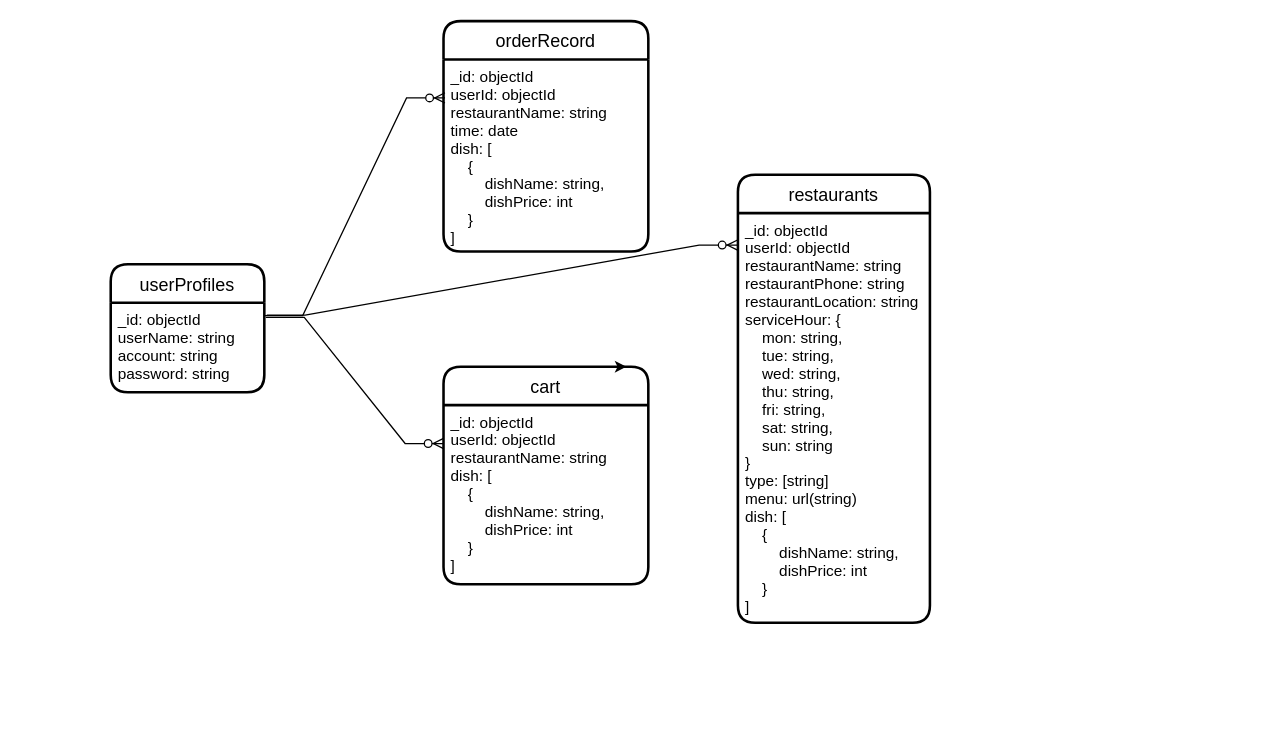
This is WuberEat.drawio from wuret-ncu/wuBerEat_redTeam_backend, a draw.io file, before an edit. Source tidied: cells renumbered, new cells numbered last; positions are measured from the earlier drawing's top-left corner, leaving out a move shared by most shapes. Both pictures are drawn from the tidied source at 128%, with x=0, y=0 at pixel (110, 20).
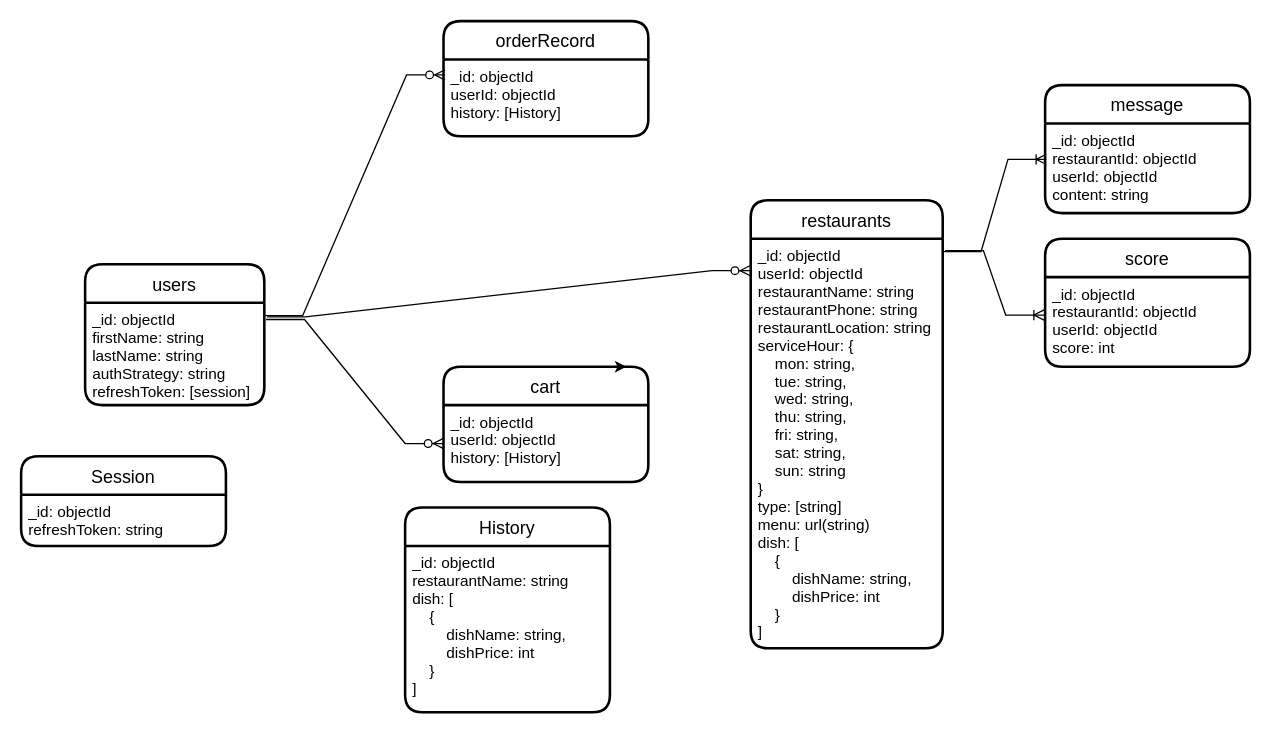
After the change.

Commit message (it also covers changes not shown here):
add get score and get message

The change refers to these unchanged cells:
```xml
<mxCell id="5" value="_id: objectId&#10;userId: objectId&#10;restaurantName: string&#10;restaurantPhone: string&#10;restaurantLocation: string&#10;serviceHour: {&#10;    mon: string,&#10;    tue: string,&#10;    wed: string,&#10;    thu: string,&#10;    fri: string,&#10;    sat: string,&#10;    sun: string&#10;}&#10;type: [string]&#10;menu: url(string)&#10;dish: [&#10;    {&#10;        dishName: string,&#10;        dishPrice: int&#10;    }&#10;]" style="align=left;strokeColor=none;fillColor=none;spacingLeft=4;fontSize=12;verticalAlign=top;" parent="4" vertex="1">
  <mxGeometry y="30" width="150" height="320" as="geometry" />
</mxCell>
```

The edit, as a diff of the source:
```diff
@@
-    <mxCell id="2" value="userProfiles" style="swimlane;horizontal=1;startSize=30;rounded=1;fontSize=14;fontStyle=0;strokeWidth=2;shadow=0;dashed=0;align=center;" parent="1" vertex="1">
-      <mxGeometry y="190" width="120" height="100" as="geometry" />
+    <mxCell id="2" value="users" style="swimlane;horizontal=1;startSize=30;rounded=1;fontSize=14;fontStyle=0;strokeWidth=2;shadow=0;dashed=0;align=center;" parent="1" vertex="1">
+      <mxGeometry x="-20" y="190" width="140" height="110" as="geometry" />
     </mxCell>
-    <mxCell id="3" value="_id: objectId&#10;userName: string&#10;account: string&#10;password: string&#10;" style="align=left;strokeColor=none;fillColor=none;spacingLeft=4;fontSize=12;verticalAlign=top;" parent="2" vertex="1">
-      <mxGeometry y="30" width="120" height="70" as="geometry" />
+    <mxCell id="3" value="_id: objectId&#10;firstName: string&#10;lastName: string&#10;authStrategy: string&#10;refreshToken: [session]&#10;" style="align=left;strokeColor=none;fillColor=none;spacingLeft=4;fontSize=12;verticalAlign=top;" parent="2" vertex="1">
+      <mxGeometry y="30" width="140" height="80" as="geometry" />
     </mxCell>
     <mxCell id="4" value="restaurants" style="swimlane;horizontal=1;startSize=30;rounded=1;fontSize=14;fontStyle=0;strokeWidth=2;shadow=0;dashed=0;align=center;" parent="1" vertex="1">
-      <mxGeometry x="490" y="120" width="150" height="350" as="geometry" />
+      <mxGeometry x="500" y="140" width="150" height="350" as="geometry" />
     </mxCell>
@@
     <mxCell id="7" value="cart" style="swimlane;horizontal=1;startSize=30;rounded=1;fontSize=14;fontStyle=0;strokeWidth=2;shadow=0;dashed=0;align=center;" parent="1" vertex="1">
-      <mxGeometry x="260" y="270" width="160" height="170" as="geometry" />
+      <mxGeometry x="260" y="270" width="160" height="90" as="geometry" />
     </mxCell>
@@
-    <mxCell id="9" value="_id: objectId&#10;userId: objectId&#10;restaurantName: string&#10;dish: [&#10;    {&#10;        dishName: string,&#10;        dishPrice: int&#10;    }&#10;]" style="align=left;strokeColor=none;fillColor=none;spacingLeft=4;fontSize=12;verticalAlign=top;" parent="7" vertex="1">
-      <mxGeometry y="30" width="160" height="140" as="geometry" />
+    <mxCell id="9" value="_id: objectId&#10;userId: objectId&#10;history: [History]" style="align=left;strokeColor=none;fillColor=none;spacingLeft=4;fontSize=12;verticalAlign=top;" parent="7" vertex="1">
+      <mxGeometry y="30" width="160" height="60" as="geometry" />
     </mxCell>
@@
     <mxCell id="11" value="orderRecord" style="swimlane;horizontal=1;startSize=30;rounded=1;fontSize=14;fontStyle=0;strokeWidth=2;shadow=0;dashed=0;align=center;" parent="1" vertex="1">
-      <mxGeometry x="260" width="160" height="180" as="geometry" />
+      <mxGeometry x="260" width="160" height="90" as="geometry" />
     </mxCell>
-    <mxCell id="12" value="_id: objectId&#10;userId: objectId&#10;restaurantName: string&#10;time: date&#10;dish: [&#10;    {&#10;        dishName: string,&#10;        dishPrice: int&#10;    }&#10;]&#10;" style="align=left;strokeColor=none;fillColor=none;spacingLeft=4;fontSize=12;verticalAlign=top;" parent="11" vertex="1">
-      <mxGeometry y="30" width="160" height="150" as="geometry" />
+    <mxCell id="12" value="_id: objectId&#10;userId: objectId&#10;history: [History]&#10;&#10;" style="align=left;strokeColor=none;fillColor=none;spacingLeft=4;fontSize=12;verticalAlign=top;" parent="11" vertex="1">
+      <mxGeometry y="30" width="160" height="60" as="geometry" />
     </mxCell>
@@
+    <mxCell id="14" value="Session" style="swimlane;horizontal=1;startSize=30;rounded=1;fontSize=14;fontStyle=0;strokeWidth=2;shadow=0;dashed=0;align=center;" parent="1" vertex="1">
+      <mxGeometry x="-70" y="340" width="160" height="70" as="geometry" />
+    </mxCell>
+    <mxCell id="15" value="_id: objectId&#10;refreshToken: string" style="align=left;strokeColor=none;fillColor=none;spacingLeft=4;fontSize=12;verticalAlign=top;" parent="14" vertex="1">
+      <mxGeometry y="30" width="160" height="40" as="geometry" />
+    </mxCell>
+    <mxCell id="16" value="score" style="swimlane;horizontal=1;startSize=30;rounded=1;fontSize=14;fontStyle=0;strokeWidth=2;shadow=0;dashed=0;align=center;" parent="1" vertex="1">
+      <mxGeometry x="730" y="170" width="160" height="100" as="geometry" />
+    </mxCell>
+    <mxCell id="17" value="_id: objectId&#10;restaurantId: objectId&#10;userId: objectId&#10;score: int" style="align=left;strokeColor=none;fillColor=none;spacingLeft=4;fontSize=12;verticalAlign=top;" parent="16" vertex="1">
+      <mxGeometry y="30" width="160" height="70" as="geometry" />
+    </mxCell>
+    <mxCell id="18" style="edgeStyle=entityRelationEdgeStyle;fontSize=12;html=1;endArrow=ERoneToMany;rounded=0;entryX=0.006;entryY=0.4;entryDx=0;entryDy=0;entryPerimeter=0;" parent="16" edge="1" target="23">
+      <mxGeometry relative="1" as="geometry">
+        <mxPoint x="-80" y="10" as="sourcePoint" />
+      </mxGeometry>
+    </mxCell>
+    <mxCell id="19" style="edgeStyle=entityRelationEdgeStyle;fontSize=12;html=1;endArrow=ERoneToMany;rounded=0;exitX=1.012;exitY=0.029;exitDx=0;exitDy=0;exitPerimeter=0;entryX=-0.005;entryY=0.423;entryDx=0;entryDy=0;entryPerimeter=0;" parent="1" edge="1" source="5" target="17">
+      <mxGeometry relative="1" as="geometry" />
+    </mxCell>
+    <mxCell id="20" value="History" style="swimlane;horizontal=1;startSize=30;rounded=1;fontSize=14;fontStyle=0;strokeWidth=2;shadow=0;dashed=0;align=center;" parent="1" vertex="1">
+      <mxGeometry x="230" y="380" width="160" height="160" as="geometry" />
+    </mxCell>
+    <mxCell id="21" value="_id: objectId&#10;restaurantName: string&#10;dish: [&#10;    {&#10;        dishName: string,&#10;        dishPrice: int&#10;    }&#10;]" style="align=left;strokeColor=none;fillColor=none;spacingLeft=4;fontSize=12;verticalAlign=top;" parent="20" vertex="1">
+      <mxGeometry y="30" width="160" height="130" as="geometry" />
+    </mxCell>
+    <mxCell id="22" value="message" style="swimlane;horizontal=1;startSize=30;rounded=1;fontSize=14;fontStyle=0;strokeWidth=2;shadow=0;dashed=0;align=center;" parent="1" vertex="1">
+      <mxGeometry x="730" y="50" width="160" height="100" as="geometry" />
+    </mxCell>
+    <mxCell id="23" value="_id: objectId&#10;restaurantId: objectId&#10;userId: objectId&#10;content: string" style="align=left;strokeColor=none;fillColor=none;spacingLeft=4;fontSize=12;verticalAlign=top;" parent="22" vertex="1">
+      <mxGeometry y="30" width="160" height="70" as="geometry" />
+    </mxCell>
```
